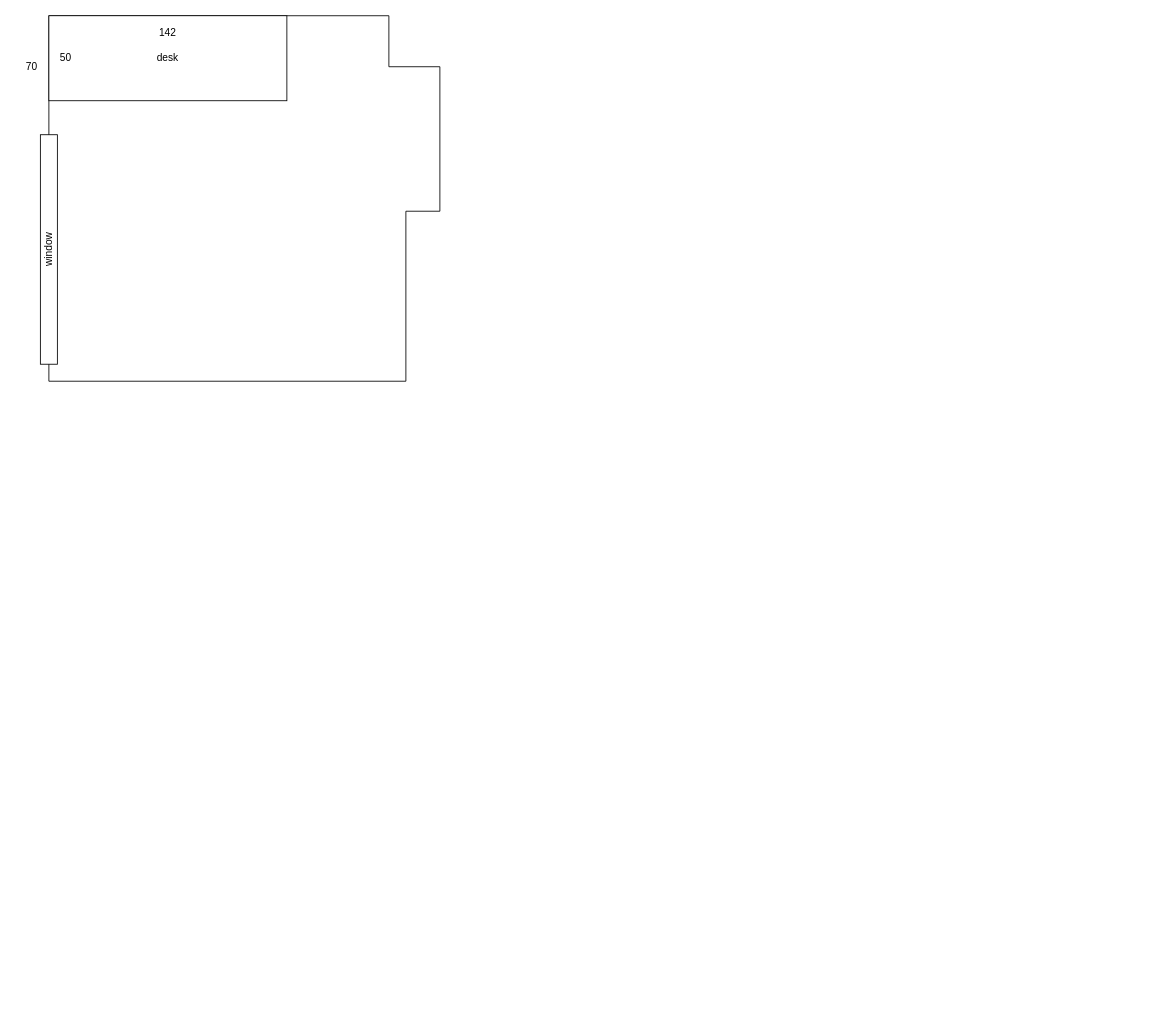
The draw.io diagram plan/house_plan.drawio in tminnigaliev/git_sandbox, before the edit. Source tidied: cells renumbered, new cells numbered last; positions are measured from the earlier drawing's top-left corner, leaving out a move shared by most shapes. Both pictures are drawn from the tidied source at 85%, with x=0, y=0 at pixel (14, 15).
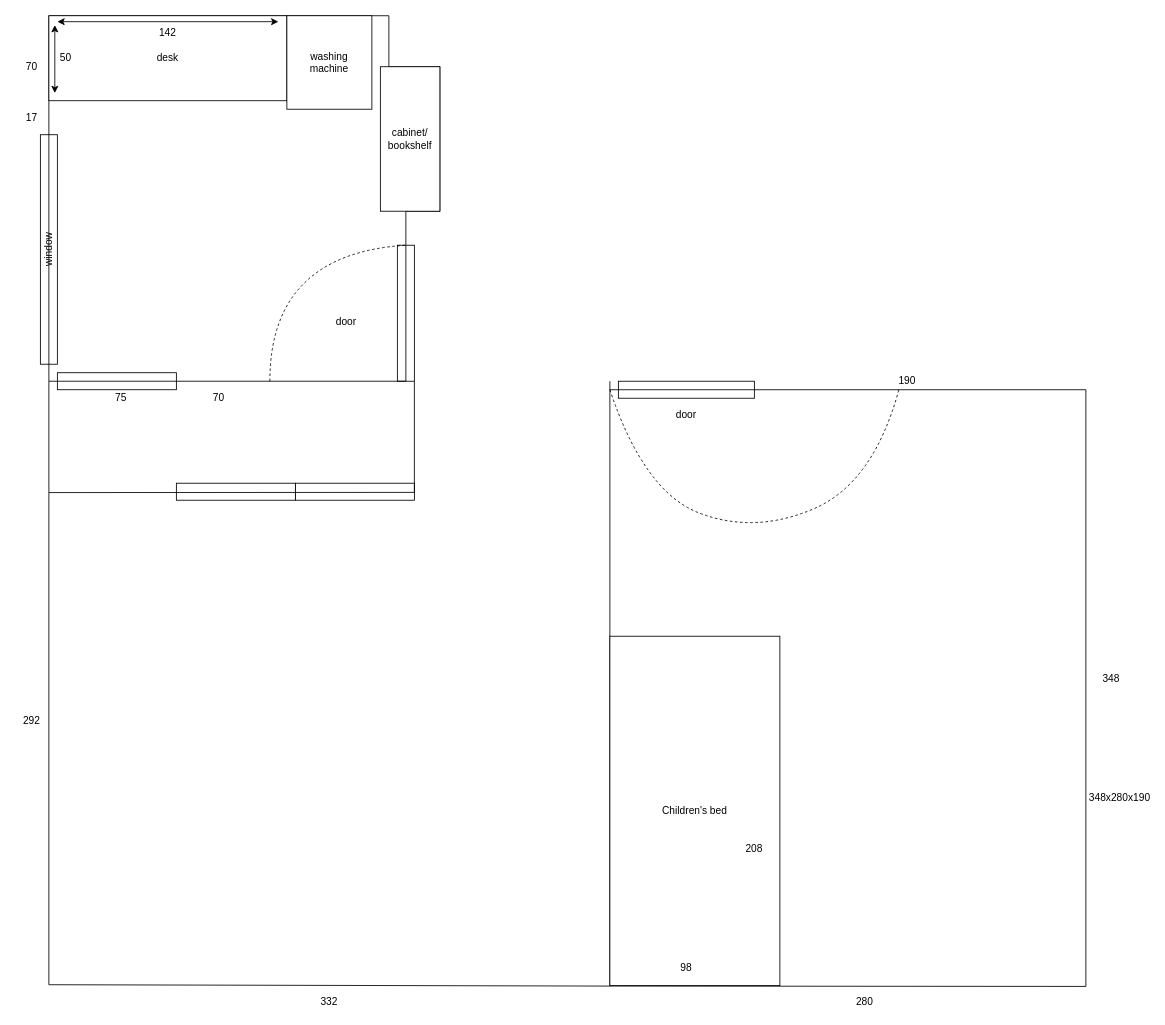
Above is the later version.

Commit message:
added two bedrooms, now almost whole second floor is drawn.

The edit, as a diff of the source:
```diff
@@
+    <mxCell id="9" style="rounded=0;whiteSpace=wrap;html=1;rotation=-90;" parent="1" vertex="1">
+      <mxGeometry x="780" y="360" width="20" height="160" as="geometry" />
+    </mxCell>
+    <mxCell id="10" style="rounded=0;whiteSpace=wrap;html=1;" parent="1" vertex="1">
+      <mxGeometry x="330" y="550" width="140" height="20" as="geometry" />
+    </mxCell>
+    <mxCell id="11" style="rounded=0;whiteSpace=wrap;html=1;" parent="1" vertex="1">
+      <mxGeometry x="190" y="550" width="140" height="20" as="geometry" />
+    </mxCell>
+    <mxCell id="12" style="rounded=0;whiteSpace=wrap;html=1;" parent="1" vertex="1">
+      <mxGeometry x="50" y="420" width="140" height="20" as="geometry" />
+    </mxCell>
+    <mxCell id="3" style="rounded=0;whiteSpace=wrap;html=1;" parent="1" vertex="1">
+      <mxGeometry x="30" y="140" width="20" height="270" as="geometry" />
+    </mxCell>
+    <mxCell id="13" style="rounded=0;whiteSpace=wrap;html=1;" parent="1" vertex="1">
+      <mxGeometry x="450" y="270" width="20" height="160" as="geometry" />
+    </mxCell>
@@
-    <mxCell id="3" style="rounded=0;whiteSpace=wrap;html=1;" parent="1" vertex="1">
-      <mxGeometry x="30" y="140" width="20" height="270" as="geometry" />
-    </mxCell>
@@
+    <mxCell id="14" style="endArrow=classic;startArrow=classic;html=1;" parent="1" edge="1">
+      <mxGeometry relative="1" as="geometry">
+        <mxPoint x="47" y="91" as="sourcePoint" />
+        <mxPoint x="47" y="11" as="targetPoint" />
+      </mxGeometry>
+    </mxCell>
+    <mxCell id="15" style="endArrow=classic;startArrow=classic;html=1;" parent="1" edge="1">
+      <mxGeometry relative="1" as="geometry">
+        <mxPoint x="50" y="7" as="sourcePoint" />
+        <mxPoint x="310" y="7" as="targetPoint" />
+      </mxGeometry>
+    </mxCell>
+    <mxCell id="16" style="endArrow=none;dashed=1;html=1;curved=1;" parent="1" edge="1">
+      <mxGeometry relative="1" as="geometry">
+        <mxPoint x="300" y="430" as="sourcePoint" />
+        <mxPoint x="460" y="270" as="targetPoint" />
+        <Array as="points">
+          <mxPoint x="300" y="280" />
+        </Array>
+      </mxGeometry>
+    </mxCell>
+    <mxCell id="17" value="door" style="text;html=1;strokeColor=none;fillColor=none;align=center;verticalAlign=middle;whiteSpace=wrap;rounded=0;" parent="1" vertex="1">
+      <mxGeometry x="370" y="350" width="40" height="20" as="geometry" />
+    </mxCell>
+    <mxCell id="18" value="17" style="text;html=1;strokeColor=none;fillColor=none;align=center;verticalAlign=middle;whiteSpace=wrap;rounded=0;" parent="1" vertex="1">
+      <mxGeometry y="110" width="40" height="20" as="geometry" />
+    </mxCell>
+    <mxCell id="19" value="70" style="text;html=1;strokeColor=none;fillColor=none;align=center;verticalAlign=middle;whiteSpace=wrap;rounded=0;" parent="1" vertex="1">
+      <mxGeometry x="220" y="440" width="40" height="20" as="geometry" />
+    </mxCell>
+    <mxCell id="20" value="75" style="text;html=1;strokeColor=none;fillColor=none;align=center;verticalAlign=middle;whiteSpace=wrap;rounded=0;" parent="1" vertex="1">
+      <mxGeometry x="105" y="440" width="40" height="20" as="geometry" />
+    </mxCell>
+    <mxCell id="21" value="washing&lt;br&gt;machine" style="rounded=0;whiteSpace=wrap;html=1;" parent="1" vertex="1">
+      <mxGeometry x="320" width="100" height="110" as="geometry" />
+    </mxCell>
+    <mxCell id="22" value="cabinet/&lt;br&gt;bookshelf" style="rounded=0;whiteSpace=wrap;html=1;" parent="1" vertex="1">
+      <mxGeometry x="430" y="60" width="70" height="170" as="geometry" />
+    </mxCell>
+    <mxCell id="23" style="endArrow=none;html=1;exitX=1;exitY=1;exitDx=0;exitDy=0;" parent="1" edge="1" source="13">
+      <mxGeometry relative="1" as="geometry">
+        <mxPoint x="470" y="560.8" as="targetPoint" />
+      </mxGeometry>
+    </mxCell>
+    <mxCell id="24" style="endArrow=none;html=1;" parent="1" edge="1">
+      <mxGeometry relative="1" as="geometry">
+        <mxPoint x="40" y="561" as="sourcePoint" />
+        <mxPoint x="470" y="560.8" as="targetPoint" />
+      </mxGeometry>
+    </mxCell>
+    <mxCell id="25" style="endArrow=none;html=1;" parent="1" edge="1">
+      <mxGeometry relative="1" as="geometry">
+        <mxPoint x="40" y="561" as="sourcePoint" />
+        <mxPoint x="40" y="430" as="targetPoint" />
+      </mxGeometry>
+    </mxCell>
+    <mxCell id="26" style="endArrow=none;html=1;" parent="1" edge="1">
+      <mxGeometry relative="1" as="geometry">
+        <mxPoint x="40" y="561" as="sourcePoint" />
+        <mxPoint x="40" y="1140" as="targetPoint" />
+      </mxGeometry>
+    </mxCell>
+    <mxCell id="27" style="endArrow=none;html=1;" parent="1" edge="1">
+      <mxGeometry relative="1" as="geometry">
+        <mxPoint x="700" y="1141.6" as="sourcePoint" />
+        <mxPoint x="40" y="1140" as="targetPoint" />
+      </mxGeometry>
+    </mxCell>
+    <mxCell id="28" style="endArrow=none;html=1;" parent="1" edge="1">
+      <mxGeometry relative="1" as="geometry">
+        <mxPoint x="700" y="1141.6" as="sourcePoint" />
+        <mxPoint x="700" y="430" as="targetPoint" />
+      </mxGeometry>
+    </mxCell>
+    <mxCell id="29" value="292" style="text;html=1;strokeColor=none;fillColor=none;align=center;verticalAlign=middle;whiteSpace=wrap;rounded=0;" parent="1" vertex="1">
+      <mxGeometry y="820" width="40" height="20" as="geometry" />
+    </mxCell>
+    <mxCell id="30" value="332" style="text;html=1;strokeColor=none;fillColor=none;align=center;verticalAlign=middle;whiteSpace=wrap;rounded=0;" parent="1" vertex="1">
+      <mxGeometry x="350" y="1150" width="40" height="20" as="geometry" />
+    </mxCell>
+    <mxCell id="31" value="190" style="text;html=1;strokeColor=none;fillColor=none;align=center;verticalAlign=middle;whiteSpace=wrap;rounded=0;" parent="1" vertex="1">
+      <mxGeometry x="1030" y="420" width="40" height="20" as="geometry" />
+    </mxCell>
+    <mxCell id="32" style="endArrow=none;html=1;" parent="1" edge="1">
+      <mxGeometry relative="1" as="geometry">
+        <mxPoint x="700" y="1141.6" as="sourcePoint" />
+        <mxPoint x="1260" y="1142" as="targetPoint" />
+      </mxGeometry>
+    </mxCell>
+    <mxCell id="33" value="280" style="text;html=1;strokeColor=none;fillColor=none;align=center;verticalAlign=middle;whiteSpace=wrap;rounded=0;" parent="1" vertex="1">
+      <mxGeometry x="980" y="1150" width="40" height="20" as="geometry" />
+    </mxCell>
+    <mxCell id="34" style="endArrow=none;html=1;" parent="1" edge="1">
+      <mxGeometry relative="1" as="geometry">
+        <mxPoint x="1260" y="440" as="sourcePoint" />
+        <mxPoint x="1260" y="1142" as="targetPoint" />
+      </mxGeometry>
+    </mxCell>
+    <mxCell id="35" value="348x280x190" style="text;html=1;strokeColor=none;fillColor=none;align=center;verticalAlign=middle;whiteSpace=wrap;rounded=0;" parent="1" vertex="1">
+      <mxGeometry x="1280" y="910" width="40" height="20" as="geometry" />
+    </mxCell>
+    <mxCell id="36" value="348" style="text;html=1;strokeColor=none;fillColor=none;align=center;verticalAlign=middle;whiteSpace=wrap;rounded=0;" parent="1" vertex="1">
+      <mxGeometry x="1270" y="770" width="40" height="20" as="geometry" />
+    </mxCell>
+    <mxCell id="37" style="endArrow=none;html=1;" parent="1" edge="1">
+      <mxGeometry relative="1" as="geometry">
+        <mxPoint x="1260" y="440" as="sourcePoint" />
+        <mxPoint x="700" y="440" as="targetPoint" />
+      </mxGeometry>
+    </mxCell>
+    <mxCell id="38" value="Children's bed" style="rounded=0;whiteSpace=wrap;html=1;" parent="1" vertex="1">
+      <mxGeometry x="700" y="730" width="200" height="411" as="geometry" />
+    </mxCell>
+    <mxCell id="39" style="endArrow=none;html=1;curved=1;dashed=1;" parent="1" edge="1">
+      <mxGeometry relative="1" as="geometry">
+        <mxPoint x="700" y="440" as="sourcePoint" />
+        <mxPoint x="1040" y="440" as="targetPoint" />
+        <Array as="points">
+          <mxPoint x="740" y="560" />
+          <mxPoint x="870" y="610" />
+          <mxPoint x="1010" y="550" />
+        </Array>
+      </mxGeometry>
+    </mxCell>
+    <mxCell id="40" value="98" style="text;html=1;strokeColor=none;fillColor=none;align=center;verticalAlign=middle;whiteSpace=wrap;rounded=0;" parent="1" vertex="1">
+      <mxGeometry x="770" y="1110" width="40" height="20" as="geometry" />
+    </mxCell>
+    <mxCell id="41" value="208" style="text;html=1;strokeColor=none;fillColor=none;align=center;verticalAlign=middle;whiteSpace=wrap;rounded=0;" parent="1" vertex="1">
+      <mxGeometry x="850" y="970" width="40" height="20" as="geometry" />
+    </mxCell>
+    <mxCell id="42" value="door" style="text;html=1;strokeColor=none;fillColor=none;align=center;verticalAlign=middle;whiteSpace=wrap;rounded=0;" parent="1" vertex="1">
+      <mxGeometry x="770" y="460" width="40" height="20" as="geometry" />
+    </mxCell>
```
